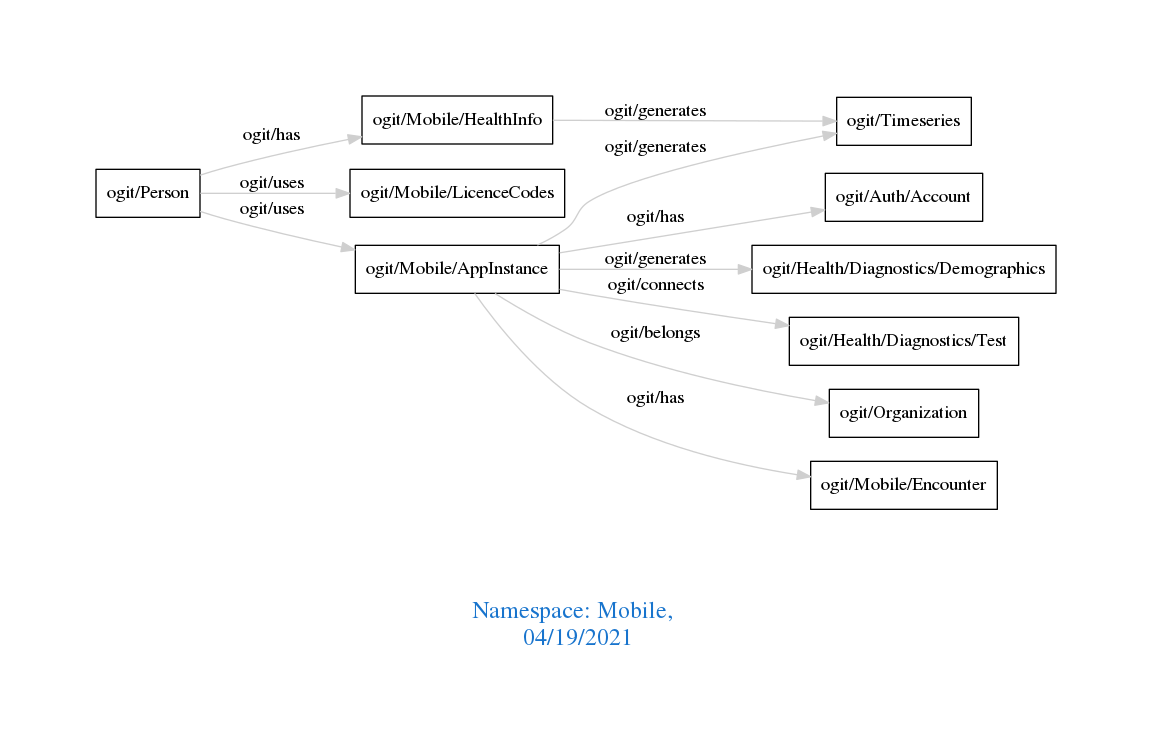
arago/OGIT keeps this Graphviz diagram as downloads/Mobile.png. Above is the earlier version. Its source is kept beside it as downloads/Mobile.dot. Source of this version:
```dot
digraph OGIT_ontology {
 graph [ rankdir= LR,pad=1
fontsize = 18,
fontcolor= dodgerblue3,label = "\n\n\nNamespace: Mobile, \n 04/19/2021"];
node[shape=polygon];
edge [  color="gray81"];

   "ogit/Mobile/AppInstance" -> "ogit/Timeseries" [label="   ogit/generates    "];
   "ogit/Mobile/AppInstance" -> "ogit/Health/Diagnostics/Demographics" [label="   ogit/generates    "];
   "ogit/Mobile/HealthInfo" -> "ogit/Timeseries" [label="   ogit/generates    "];
   "ogit/Mobile/AppInstance" -> "ogit/Health/Diagnostics/Test" [label="   ogit/connects    "];
   "ogit/Mobile/AppInstance" -> "ogit/Organization" [label="   ogit/belongs    "];
   "ogit/Person" -> "ogit/Mobile/AppInstance" [label="   ogit/uses    "];
   "ogit/Person" -> "ogit/Mobile/LicenceCodes" [label="   ogit/uses    "];
   "ogit/Mobile/AppInstance" -> "ogit/Mobile/Encounter" [label="   ogit/has    "];
   "ogit/Mobile/AppInstance" -> "ogit/Auth/Account" [label="   ogit/has    "];
   "ogit/Person" -> "ogit/Mobile/HealthInfo" [label="   ogit/has    "];
}
```
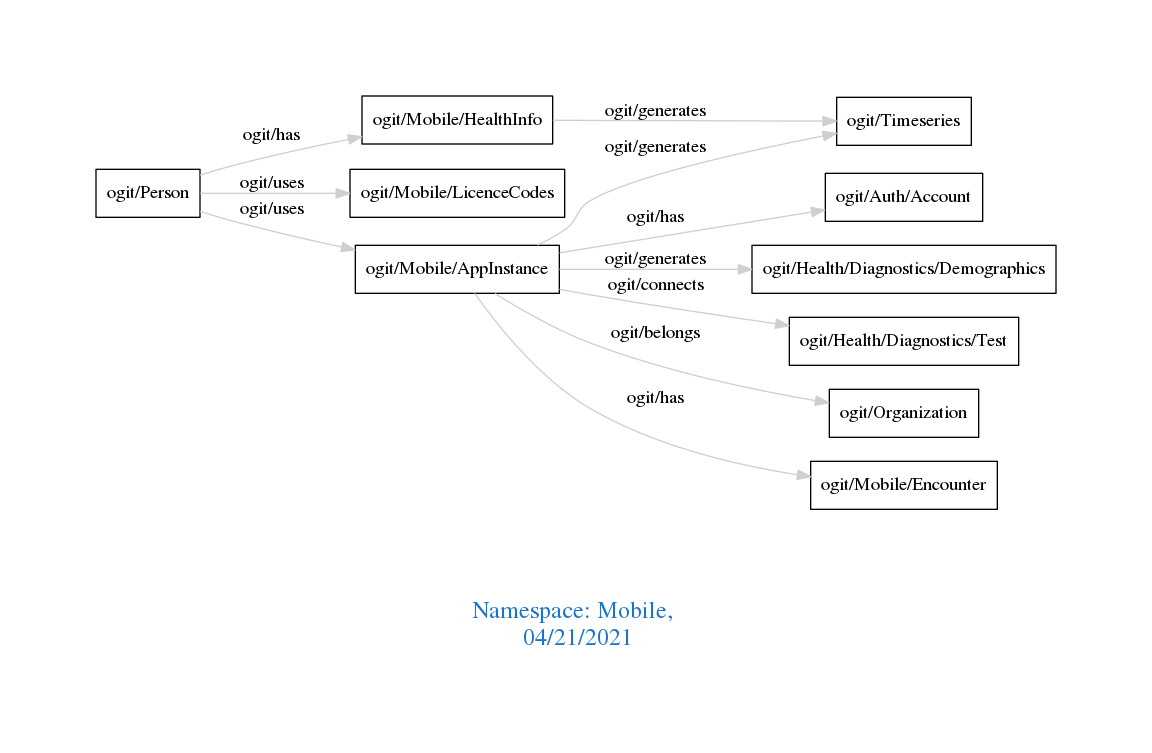
After the commit.

What changed in the source:
```diff
@@ -1,7 +1,7 @@
 digraph OGIT_ontology {
  graph [ rankdir= LR,pad=1
 fontsize = 18,
-fontcolor= dodgerblue3,label = "\n\n\nNamespace: Mobile, \n 04/19/2021"];
+fontcolor= dodgerblue3,label = "\n\n\nNamespace: Mobile, \n 04/21/2021"];
 node[shape=polygon];
 edge [  color="gray81"];
 
```
